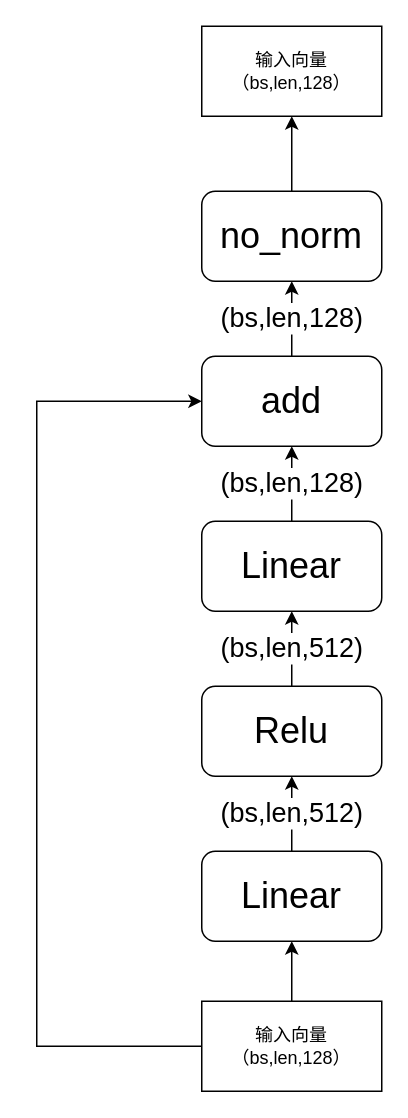
Earlier version of the draw.io diagram FFN.drawio (irfan11111111/bert_page). Source tidied: cells renumbered, new cells numbered last; positions are measured from the earlier drawing's top-left corner, leaving out a move shared by most shapes. Both pictures are drawn from the tidied source at 150%, with x=0, y=0 at pixel (36, 26).
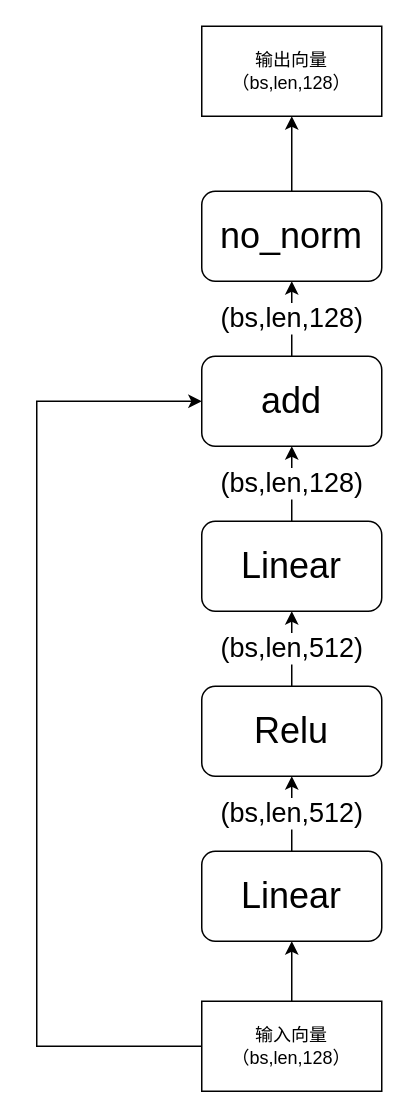
After the change.

Diff of the diagram source:
```diff
@@
 <mxGraphModel>
   <root>
     <mxCell id="0" />
     <mxCell id="1" parent="0" />
     <mxCell id="2" style="edgeStyle=orthogonalEdgeStyle;rounded=0;jettySize=auto;html=1;exitX=0.5;exitY=0;exitDx=0;exitDy=0;entryX=0.5;entryY=1;entryDx=0;entryDy=0;" parent="1" edge="1" source="4" target="6">
       <mxGeometry relative="1" as="geometry" />
     </mxCell>
     <mxCell id="3" style="edgeStyle=orthogonalEdgeStyle;rounded=0;jettySize=auto;html=1;exitX=0;exitY=0.5;exitDx=0;exitDy=0;entryX=0;entryY=0.5;entryDx=0;entryDy=0;" parent="1" edge="1" source="4" target="12">
       <mxGeometry relative="1" as="geometry">
         <Array as="points">
           <mxPoint y="680" />
           <mxPoint y="250" />
         </Array>
       </mxGeometry>
     </mxCell>
     <mxCell id="4" value="输入向量&lt;br&gt;（bs,len,128）" style="rounded=0;whiteSpace=wrap;html=1;" parent="1" vertex="1">
       <mxGeometry x="110" y="650" width="120" height="60" as="geometry" />
     </mxCell>
     <mxCell id="5" value="&lt;font style=&quot;font-size: 18px&quot;&gt;(bs,len,512)&lt;/font&gt;" style="edgeStyle=orthogonalEdgeStyle;rounded=0;jettySize=auto;html=1;exitX=0.5;exitY=0;exitDx=0;exitDy=0;entryX=0.5;entryY=1;entryDx=0;entryDy=0;" parent="1" edge="1" source="6" target="8">
       <mxGeometry relative="1" as="geometry" />
     </mxCell>
     <mxCell id="6" value="&lt;font style=&quot;font-size: 24px&quot;&gt;Linear&lt;/font&gt;" style="rounded=1;whiteSpace=wrap;html=1;" parent="1" vertex="1">
       <mxGeometry x="110" y="550" width="120" height="60" as="geometry" />
     </mxCell>
     <mxCell id="7" value="&lt;font style=&quot;font-size: 18px&quot;&gt;(bs,len,512)&lt;/font&gt;" style="edgeStyle=orthogonalEdgeStyle;rounded=0;jettySize=auto;html=1;exitX=0.5;exitY=0;exitDx=0;exitDy=0;" parent="1" edge="1" source="8" target="10">
       <mxGeometry relative="1" as="geometry" />
     </mxCell>
     <mxCell id="8" value="&lt;font style=&quot;font-size: 24px&quot;&gt;Relu&lt;/font&gt;" style="rounded=1;whiteSpace=wrap;html=1;" parent="1" vertex="1">
       <mxGeometry x="110" y="440" width="120" height="60" as="geometry" />
     </mxCell>
     <mxCell id="9" value="&lt;font style=&quot;font-size: 18px&quot;&gt;(bs,len,128)&lt;/font&gt;" style="edgeStyle=orthogonalEdgeStyle;rounded=0;jettySize=auto;html=1;exitX=0.5;exitY=0;exitDx=0;exitDy=0;entryX=0.5;entryY=1;entryDx=0;entryDy=0;" parent="1" edge="1" source="10" target="12">
       <mxGeometry relative="1" as="geometry" />
     </mxCell>
     <mxCell id="10" value="&lt;font style=&quot;font-size: 24px&quot;&gt;Linear&lt;/font&gt;" style="rounded=1;whiteSpace=wrap;html=1;" parent="1" vertex="1">
       <mxGeometry x="110" y="330" width="120" height="60" as="geometry" />
     </mxCell>
     <mxCell id="11" value="&lt;font style=&quot;font-size: 18px&quot;&gt;(bs,len,128)&lt;/font&gt;" style="edgeStyle=orthogonalEdgeStyle;rounded=0;jettySize=auto;html=1;exitX=0.5;exitY=0;exitDx=0;exitDy=0;" parent="1" edge="1" source="12" target="14">
       <mxGeometry relative="1" as="geometry" />
     </mxCell>
     <mxCell id="12" value="&lt;font style=&quot;font-size: 24px&quot;&gt;add&lt;/font&gt;" style="rounded=1;whiteSpace=wrap;html=1;" parent="1" vertex="1">
       <mxGeometry x="110" y="220" width="120" height="60" as="geometry" />
     </mxCell>
     <mxCell id="13" style="edgeStyle=orthogonalEdgeStyle;rounded=0;jettySize=auto;html=1;exitX=0.5;exitY=0;exitDx=0;exitDy=0;entryX=0.5;entryY=1;entryDx=0;entryDy=0;" parent="1" edge="1" source="14" target="15">
       <mxGeometry relative="1" as="geometry" />
     </mxCell>
     <mxCell id="14" value="&lt;font style=&quot;font-size: 24px&quot;&gt;no_norm&lt;/font&gt;" style="rounded=1;whiteSpace=wrap;html=1;" parent="1" vertex="1">
       <mxGeometry x="110" y="110" width="120" height="60" as="geometry" />
     </mxCell>
-    <mxCell id="15" value="输入向量&lt;br&gt;（bs,len,128）" style="rounded=0;whiteSpace=wrap;html=1;" parent="1" vertex="1">
+    <mxCell id="15" value="输出向量&lt;br&gt;（bs,len,128）" style="rounded=0;whiteSpace=wrap;html=1;" parent="1" vertex="1">
       <mxGeometry x="110" width="120" height="60" as="geometry" />
     </mxCell>
   </root>
 </mxGraphModel>
```
